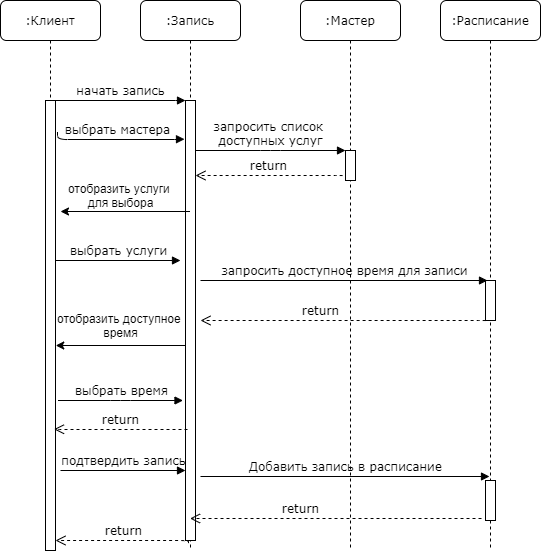
This is pictures/diagrams/sequence_diagram_1.png from dariaGap/software-architecture-design, a draw.io export, as it was before one commit. Source tidied: cells renumbered, new cells last; positions are measured from the earlier drawing's top-left corner, leaving out a move shared by most shapes. Source of this version:
```xml
<mxGraphModel background="#ffffff">
  <root>
    <mxCell id="0" />
    <mxCell id="1" parent="0" />
    <mxCell id="2" value=":Запись" style="shape=umlLifeline;perimeter=lifelinePerimeter;whiteSpace=wrap;html=1;outlineConnect=0;rounded=1;shadow=0;comic=0;labelBackgroundColor=none;strokeWidth=1;fontFamily=Verdana;fontSize=12;align=center;" parent="1" vertex="1">
      <mxGeometry x="140" width="100" height="550" as="geometry" />
    </mxCell>
    <mxCell id="3" style="html=1;points=[];perimeter=orthogonalPerimeter;rounded=0;shadow=0;comic=0;labelBackgroundColor=none;strokeWidth=1;fontFamily=Verdana;fontSize=12;align=center;" parent="2" vertex="1">
      <mxGeometry x="45" y="100" width="10" height="440" as="geometry" />
    </mxCell>
    <mxCell id="4" value=":Мастер" style="shape=umlLifeline;perimeter=lifelinePerimeter;whiteSpace=wrap;html=1;rounded=1;shadow=0;comic=0;labelBackgroundColor=none;strokeWidth=1;fontFamily=Verdana;fontSize=12;align=center;" parent="1" vertex="1">
      <mxGeometry x="300" width="100" height="550" as="geometry" />
    </mxCell>
    <mxCell id="5" style="html=1;points=[];perimeter=orthogonalPerimeter;rounded=0;shadow=0;comic=0;labelBackgroundColor=none;strokeWidth=1;fontFamily=Verdana;fontSize=12;align=center;" parent="4" vertex="1">
      <mxGeometry x="45" y="150" width="10" height="30" as="geometry" />
    </mxCell>
    <mxCell id="6" value=":Расписание" style="shape=umlLifeline;perimeter=lifelinePerimeter;whiteSpace=wrap;html=1;rounded=1;shadow=0;comic=0;labelBackgroundColor=none;strokeWidth=1;fontFamily=Verdana;fontSize=12;align=center;" parent="1" vertex="1">
      <mxGeometry x="440" width="100" height="550" as="geometry" />
    </mxCell>
    <mxCell id="7" value=":Клиент" style="shape=umlLifeline;perimeter=lifelinePerimeter;whiteSpace=wrap;html=1;outlineConnect=0;rounded=1;shadow=0;comic=0;labelBackgroundColor=none;strokeWidth=1;fontFamily=Verdana;fontSize=12;align=center;" parent="1" vertex="1">
      <mxGeometry width="100" height="550" as="geometry" />
    </mxCell>
    <mxCell id="8" style="html=1;points=[];perimeter=orthogonalPerimeter;rounded=0;shadow=0;comic=0;labelBackgroundColor=none;strokeWidth=1;fontFamily=Verdana;fontSize=12;align=center;" parent="7" vertex="1">
      <mxGeometry x="45" y="100" width="10" height="450" as="geometry" />
    </mxCell>
    <mxCell id="9" style="html=1;points=[];perimeter=orthogonalPerimeter;rounded=0;shadow=0;comic=0;labelBackgroundColor=none;strokeWidth=1;fontFamily=Verdana;fontSize=12;align=center;" parent="1" vertex="1">
      <mxGeometry x="485" y="280" width="10" height="40" as="geometry" />
    </mxCell>
    <mxCell id="10" style="html=1;points=[];perimeter=orthogonalPerimeter;rounded=0;shadow=0;comic=0;labelBackgroundColor=none;strokeWidth=1;fontFamily=Verdana;fontSize=12;align=center;" parent="1" vertex="1">
      <mxGeometry x="485" y="480" width="10" height="40" as="geometry" />
    </mxCell>
    <mxCell id="11" value="return" style="html=1;verticalAlign=bottom;endArrow=open;dashed=1;endSize=8;labelBackgroundColor=none;fontFamily=Verdana;fontSize=12;edgeStyle=elbowEdgeStyle;elbow=vertical;exitX=0.3;exitY=1.006;exitDx=0;exitDy=0;exitPerimeter=0;" parent="1" edge="1" source="3" target="8">
      <mxGeometry relative="1" as="geometry">
        <Array as="points">
          <mxPoint x="170" y="540" />
        </Array>
      </mxGeometry>
    </mxCell>
    <mxCell id="12" value="начать запись" style="html=1;verticalAlign=bottom;endArrow=block;entryX=0;entryY=0;labelBackgroundColor=none;fontFamily=Verdana;fontSize=12;edgeStyle=elbowEdgeStyle;elbow=vertical;" parent="1" edge="1" source="8" target="3">
      <mxGeometry relative="1" as="geometry" />
    </mxCell>
    <mxCell id="13" value="запросить список &lt;br&gt;доступных услуг" style="html=1;verticalAlign=bottom;endArrow=block;entryX=0;entryY=0;labelBackgroundColor=none;fontFamily=Verdana;fontSize=12;edgeStyle=elbowEdgeStyle;elbow=vertical;" parent="1" edge="1" source="3" target="5">
      <mxGeometry relative="1" as="geometry" />
    </mxCell>
    <mxCell id="14" value="выбрать мастера" style="html=1;verticalAlign=bottom;endArrow=block;labelBackgroundColor=none;fontFamily=Verdana;fontSize=12;edgeStyle=elbowEdgeStyle;elbow=vertical;exitX=1.2;exitY=0.07;exitDx=0;exitDy=0;exitPerimeter=0;entryX=-0.1;entryY=0.088;entryDx=0;entryDy=0;entryPerimeter=0;" parent="1" edge="1" source="8" target="3">
      <mxGeometry relative="1" as="geometry">
        <Array as="points">
          <mxPoint x="110" y="139" />
        </Array>
      </mxGeometry>
    </mxCell>
    <mxCell id="15" value="return" style="html=1;verticalAlign=bottom;endArrow=open;dashed=1;endSize=8;labelBackgroundColor=none;fontFamily=Verdana;fontSize=12;edgeStyle=elbowEdgeStyle;elbow=vertical;exitX=-0.3;exitY=0.84;exitDx=0;exitDy=0;exitPerimeter=0;" parent="1" edge="1" source="5" target="3">
      <mxGeometry relative="1" as="geometry">
        <Array as="points">
          <mxPoint x="250" y="175" />
          <mxPoint x="45" y="200" />
        </Array>
      </mxGeometry>
    </mxCell>
    <mxCell id="16" style="endArrow=classic;html=1;" parent="1" edge="1" source="2">
      <mxGeometry relative="1" as="geometry">
        <mxPoint x="60" y="211" as="targetPoint" />
      </mxGeometry>
    </mxCell>
    <mxCell id="17" value="отобразить услуги &lt;br&gt;для выбора" style="text;html=1;align=center;verticalAlign=middle;" parent="1" vertex="1">
      <mxGeometry x="60" y="180" width="120" height="30" as="geometry" />
    </mxCell>
    <mxCell id="18" value="выбрать услуги" style="html=1;verticalAlign=bottom;endArrow=block;labelBackgroundColor=none;fontFamily=Verdana;fontSize=12;edgeStyle=elbowEdgeStyle;elbow=vertical;" parent="1" edge="1" source="8">
      <mxGeometry relative="1" as="geometry">
        <mxPoint x="180" y="260" as="targetPoint" />
      </mxGeometry>
    </mxCell>
    <mxCell id="19" value="запросить доступное время для записи" style="html=1;verticalAlign=bottom;endArrow=block;labelBackgroundColor=none;fontFamily=Verdana;fontSize=12;edgeStyle=elbowEdgeStyle;elbow=vertical;entryX=0.2;entryY=0;entryDx=0;entryDy=0;entryPerimeter=0;" parent="1" edge="1" target="9">
      <mxGeometry relative="1" as="geometry">
        <mxPoint x="200" y="280" as="sourcePoint" />
      </mxGeometry>
    </mxCell>
    <mxCell id="20" value="return" style="html=1;verticalAlign=bottom;endArrow=open;dashed=1;endSize=8;labelBackgroundColor=none;fontFamily=Verdana;fontSize=12;edgeStyle=elbowEdgeStyle;elbow=vertical;exitX=-0.3;exitY=0.84;exitDx=0;exitDy=0;exitPerimeter=0;" parent="1" edge="1">
      <mxGeometry x="0.16" relative="1" as="geometry">
        <mxPoint x="485" y="320.2" as="sourcePoint" />
        <mxPoint x="200" y="320" as="targetPoint" />
        <Array as="points">
          <mxPoint x="393" y="320" />
          <mxPoint x="188" y="345" />
        </Array>
      </mxGeometry>
    </mxCell>
    <mxCell id="21" value="отобразить доступное &lt;br&gt;время" style="text;html=1;align=center;verticalAlign=middle;" parent="1" vertex="1">
      <mxGeometry x="50" y="310" width="140" height="30" as="geometry" />
    </mxCell>
    <mxCell id="22" style="endArrow=classic;html=1;" parent="1" edge="1">
      <mxGeometry relative="1" as="geometry">
        <mxPoint x="184.8" y="345" as="sourcePoint" />
        <mxPoint x="55.2" y="345" as="targetPoint" />
      </mxGeometry>
    </mxCell>
    <mxCell id="23" value="выбрать время" style="html=1;verticalAlign=bottom;endArrow=block;labelBackgroundColor=none;fontFamily=Verdana;fontSize=12;edgeStyle=elbowEdgeStyle;elbow=vertical;" parent="1" edge="1">
      <mxGeometry relative="1" as="geometry">
        <mxPoint x="57.5" y="400" as="sourcePoint" />
        <mxPoint x="182.5" y="400" as="targetPoint" />
      </mxGeometry>
    </mxCell>
    <mxCell id="24" value="return" style="html=1;verticalAlign=bottom;endArrow=open;dashed=1;endSize=8;labelBackgroundColor=none;fontFamily=Verdana;fontSize=12;edgeStyle=elbowEdgeStyle;elbow=vertical;" parent="1" edge="1">
      <mxGeometry relative="1" as="geometry">
        <mxPoint x="187" y="429" as="sourcePoint" />
        <mxPoint x="53.5" y="428.7" as="targetPoint" />
      </mxGeometry>
    </mxCell>
    <mxCell id="25" value="подтвердить запись" style="html=1;verticalAlign=bottom;endArrow=block;labelBackgroundColor=none;fontFamily=Verdana;fontSize=12;edgeStyle=elbowEdgeStyle;elbow=vertical;" parent="1" edge="1">
      <mxGeometry relative="1" as="geometry">
        <mxPoint x="60" y="470" as="sourcePoint" />
        <mxPoint x="185" y="470" as="targetPoint" />
      </mxGeometry>
    </mxCell>
    <mxCell id="26" value="Добавить запись в расписание" style="html=1;verticalAlign=bottom;endArrow=block;labelBackgroundColor=none;fontFamily=Verdana;fontSize=12;edgeStyle=elbowEdgeStyle;elbow=vertical;entryX=0.4;entryY=-0.1;entryDx=0;entryDy=0;entryPerimeter=0;" parent="1" edge="1" target="10">
      <mxGeometry relative="1" as="geometry">
        <mxPoint x="200" y="476" as="sourcePoint" />
      </mxGeometry>
    </mxCell>
    <mxCell id="27" value="return" style="html=1;verticalAlign=bottom;endArrow=open;dashed=1;endSize=8;labelBackgroundColor=none;fontFamily=Verdana;fontSize=12;edgeStyle=elbowEdgeStyle;elbow=vertical;exitX=-0.4;exitY=0.95;exitDx=0;exitDy=0;exitPerimeter=0;" parent="1" edge="1" source="10" target="2">
      <mxGeometry x="0.24" relative="1" as="geometry" />
    </mxCell>
  </root>
</mxGraphModel>
```
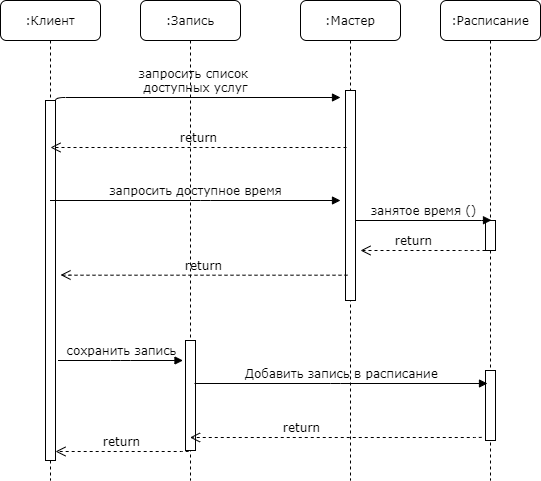
Above is the later version.

Diff of the diagram source:
```diff
@@ -3,122 +3,106 @@
     <mxCell id="0" />
     <mxCell id="1" parent="0" />
     <mxCell id="2" value=":Запись" style="shape=umlLifeline;perimeter=lifelinePerimeter;whiteSpace=wrap;html=1;outlineConnect=0;rounded=1;shadow=0;comic=0;labelBackgroundColor=none;strokeWidth=1;fontFamily=Verdana;fontSize=12;align=center;" parent="1" vertex="1">
-      <mxGeometry x="140" width="100" height="550" as="geometry" />
+      <mxGeometry x="140" width="100" height="480" as="geometry" />
     </mxCell>
     <mxCell id="3" style="html=1;points=[];perimeter=orthogonalPerimeter;rounded=0;shadow=0;comic=0;labelBackgroundColor=none;strokeWidth=1;fontFamily=Verdana;fontSize=12;align=center;" parent="2" vertex="1">
-      <mxGeometry x="45" y="100" width="10" height="440" as="geometry" />
+      <mxGeometry x="45" y="340" width="10" height="110" as="geometry" />
     </mxCell>
     <mxCell id="4" value=":Мастер" style="shape=umlLifeline;perimeter=lifelinePerimeter;whiteSpace=wrap;html=1;rounded=1;shadow=0;comic=0;labelBackgroundColor=none;strokeWidth=1;fontFamily=Verdana;fontSize=12;align=center;" parent="1" vertex="1">
-      <mxGeometry x="300" width="100" height="550" as="geometry" />
+      <mxGeometry x="300" width="100" height="480" as="geometry" />
     </mxCell>
     <mxCell id="5" style="html=1;points=[];perimeter=orthogonalPerimeter;rounded=0;shadow=0;comic=0;labelBackgroundColor=none;strokeWidth=1;fontFamily=Verdana;fontSize=12;align=center;" parent="4" vertex="1">
-      <mxGeometry x="45" y="150" width="10" height="30" as="geometry" />
+      <mxGeometry x="45" y="90" width="10" height="210" as="geometry" />
     </mxCell>
     <mxCell id="6" value=":Расписание" style="shape=umlLifeline;perimeter=lifelinePerimeter;whiteSpace=wrap;html=1;rounded=1;shadow=0;comic=0;labelBackgroundColor=none;strokeWidth=1;fontFamily=Verdana;fontSize=12;align=center;" parent="1" vertex="1">
-      <mxGeometry x="440" width="100" height="550" as="geometry" />
+      <mxGeometry x="440" width="100" height="480" as="geometry" />
     </mxCell>
     <mxCell id="7" value=":Клиент" style="shape=umlLifeline;perimeter=lifelinePerimeter;whiteSpace=wrap;html=1;outlineConnect=0;rounded=1;shadow=0;comic=0;labelBackgroundColor=none;strokeWidth=1;fontFamily=Verdana;fontSize=12;align=center;" parent="1" vertex="1">
-      <mxGeometry width="100" height="550" as="geometry" />
+      <mxGeometry width="100" height="480" as="geometry" />
     </mxCell>
     <mxCell id="8" style="html=1;points=[];perimeter=orthogonalPerimeter;rounded=0;shadow=0;comic=0;labelBackgroundColor=none;strokeWidth=1;fontFamily=Verdana;fontSize=12;align=center;" parent="7" vertex="1">
-      <mxGeometry x="45" y="100" width="10" height="450" as="geometry" />
+      <mxGeometry x="45" y="100" width="10" height="360" as="geometry" />
     </mxCell>
     <mxCell id="9" style="html=1;points=[];perimeter=orthogonalPerimeter;rounded=0;shadow=0;comic=0;labelBackgroundColor=none;strokeWidth=1;fontFamily=Verdana;fontSize=12;align=center;" parent="1" vertex="1">
-      <mxGeometry x="485" y="280" width="10" height="40" as="geometry" />
+      <mxGeometry x="485" y="220" width="10" height="30" as="geometry" />
     </mxCell>
     <mxCell id="10" style="html=1;points=[];perimeter=orthogonalPerimeter;rounded=0;shadow=0;comic=0;labelBackgroundColor=none;strokeWidth=1;fontFamily=Verdana;fontSize=12;align=center;" parent="1" vertex="1">
-      <mxGeometry x="485" y="480" width="10" height="40" as="geometry" />
+      <mxGeometry x="485" y="370" width="10" height="70" as="geometry" />
     </mxCell>
     <mxCell id="11" value="return" style="html=1;verticalAlign=bottom;endArrow=open;dashed=1;endSize=8;labelBackgroundColor=none;fontFamily=Verdana;fontSize=12;edgeStyle=elbowEdgeStyle;elbow=vertical;exitX=0.3;exitY=1.006;exitDx=0;exitDy=0;exitPerimeter=0;" parent="1" edge="1" source="3" target="8">
       <mxGeometry relative="1" as="geometry">
         <Array as="points">
-          <mxPoint x="170" y="540" />
+          <mxPoint x="140" y="451" />
         </Array>
       </mxGeometry>
     </mxCell>
-    <mxCell id="12" value="начать запись" style="html=1;verticalAlign=bottom;endArrow=block;entryX=0;entryY=0;labelBackgroundColor=none;fontFamily=Verdana;fontSize=12;edgeStyle=elbowEdgeStyle;elbow=vertical;" parent="1" edge="1" source="8" target="3">
-      <mxGeometry relative="1" as="geometry" />
-    </mxCell>
-    <mxCell id="13" value="запросить список &lt;br&gt;доступных услуг" style="html=1;verticalAlign=bottom;endArrow=block;entryX=0;entryY=0;labelBackgroundColor=none;fontFamily=Verdana;fontSize=12;edgeStyle=elbowEdgeStyle;elbow=vertical;" parent="1" edge="1" source="3" target="5">
-      <mxGeometry relative="1" as="geometry" />
+    <mxCell id="13" value="запросить список &lt;br&gt;доступных услуг" style="html=1;verticalAlign=bottom;endArrow=block;labelBackgroundColor=none;fontFamily=Verdana;fontSize=12;edgeStyle=elbowEdgeStyle;elbow=vertical;exitX=1;exitY=0.009;exitDx=0;exitDy=0;exitPerimeter=0;" parent="1" edge="1" source="8">
+      <mxGeometry relative="1" as="geometry">
+        <mxPoint x="340" y="97" as="targetPoint" />
+        <Array as="points">
+          <mxPoint x="180" y="97" />
+        </Array>
+      </mxGeometry>
     </mxCell>
-    <mxCell id="14" value="выбрать мастера" style="html=1;verticalAlign=bottom;endArrow=block;labelBackgroundColor=none;fontFamily=Verdana;fontSize=12;edgeStyle=elbowEdgeStyle;elbow=vertical;exitX=1.2;exitY=0.07;exitDx=0;exitDy=0;exitPerimeter=0;entryX=-0.1;entryY=0.088;entryDx=0;entryDy=0;entryPerimeter=0;" parent="1" edge="1" source="8" target="3">
-      <mxGeometry relative="1" as="geometry">
-        <Array as="points">
-          <mxPoint x="110" y="139" />
-        </Array>
-      </mxGeometry>
-    </mxCell>
-    <mxCell id="15" value="return" style="html=1;verticalAlign=bottom;endArrow=open;dashed=1;endSize=8;labelBackgroundColor=none;fontFamily=Verdana;fontSize=12;edgeStyle=elbowEdgeStyle;elbow=vertical;exitX=-0.3;exitY=0.84;exitDx=0;exitDy=0;exitPerimeter=0;" parent="1" edge="1" source="5" target="3">
+    <mxCell id="15" value="return" style="html=1;verticalAlign=bottom;endArrow=open;dashed=1;endSize=8;labelBackgroundColor=none;fontFamily=Verdana;fontSize=12;edgeStyle=elbowEdgeStyle;elbow=vertical;" parent="1" edge="1">
       <mxGeometry relative="1" as="geometry">
+        <mxPoint x="346" y="147" as="sourcePoint" />
+        <mxPoint x="50" y="147" as="targetPoint" />
         <Array as="points">
-          <mxPoint x="250" y="175" />
+          <mxPoint x="110" y="147" />
           <mxPoint x="45" y="200" />
         </Array>
       </mxGeometry>
     </mxCell>
-    <mxCell id="16" style="endArrow=classic;html=1;" parent="1" edge="1" source="2">
-      <mxGeometry relative="1" as="geometry">
-        <mxPoint x="60" y="211" as="targetPoint" />
-      </mxGeometry>
-    </mxCell>
-    <mxCell id="17" value="отобразить услуги &lt;br&gt;для выбора" style="text;html=1;align=center;verticalAlign=middle;" parent="1" vertex="1">
-      <mxGeometry x="60" y="180" width="120" height="30" as="geometry" />
-    </mxCell>
-    <mxCell id="18" value="выбрать услуги" style="html=1;verticalAlign=bottom;endArrow=block;labelBackgroundColor=none;fontFamily=Verdana;fontSize=12;edgeStyle=elbowEdgeStyle;elbow=vertical;" parent="1" edge="1" source="8">
-      <mxGeometry relative="1" as="geometry">
-        <mxPoint x="180" y="260" as="targetPoint" />
-      </mxGeometry>
-    </mxCell>
-    <mxCell id="19" value="запросить доступное время для записи" style="html=1;verticalAlign=bottom;endArrow=block;labelBackgroundColor=none;fontFamily=Verdana;fontSize=12;edgeStyle=elbowEdgeStyle;elbow=vertical;entryX=0.2;entryY=0;entryDx=0;entryDy=0;entryPerimeter=0;" parent="1" edge="1" target="9">
-      <mxGeometry relative="1" as="geometry">
-        <mxPoint x="200" y="280" as="sourcePoint" />
-      </mxGeometry>
+    <mxCell id="19" value="занятое время ()" style="html=1;verticalAlign=bottom;endArrow=block;labelBackgroundColor=none;fontFamily=Verdana;fontSize=12;edgeStyle=elbowEdgeStyle;elbow=vertical;entryX=0.6;entryY=-0.009;entryDx=0;entryDy=0;entryPerimeter=0;" parent="1" edge="1" source="5" target="9">
+      <mxGeometry relative="1" as="geometry" />
     </mxCell>
-    <mxCell id="20" value="return" style="html=1;verticalAlign=bottom;endArrow=open;dashed=1;endSize=8;labelBackgroundColor=none;fontFamily=Verdana;fontSize=12;edgeStyle=elbowEdgeStyle;elbow=vertical;exitX=-0.3;exitY=0.84;exitDx=0;exitDy=0;exitPerimeter=0;" parent="1" edge="1">
+    <mxCell id="20" value="return" style="html=1;verticalAlign=bottom;endArrow=open;dashed=1;endSize=8;labelBackgroundColor=none;fontFamily=Verdana;fontSize=12;edgeStyle=elbowEdgeStyle;elbow=vertical;" parent="1" edge="1">
       <mxGeometry x="0.16" relative="1" as="geometry">
-        <mxPoint x="485" y="320.2" as="sourcePoint" />
-        <mxPoint x="200" y="320" as="targetPoint" />
+        <mxPoint x="485" y="250" as="sourcePoint" />
+        <mxPoint x="360" y="250" as="targetPoint" />
         <Array as="points">
-          <mxPoint x="393" y="320" />
+          <mxPoint x="470" y="250" />
           <mxPoint x="188" y="345" />
         </Array>
       </mxGeometry>
     </mxCell>
-    <mxCell id="21" value="отобразить доступное &lt;br&gt;время" style="text;html=1;align=center;verticalAlign=middle;" parent="1" vertex="1">
-      <mxGeometry x="50" y="310" width="140" height="30" as="geometry" />
-    </mxCell>
-    <mxCell id="22" style="endArrow=classic;html=1;" parent="1" edge="1">
-      <mxGeometry relative="1" as="geometry">
-        <mxPoint x="184.8" y="345" as="sourcePoint" />
-        <mxPoint x="55.2" y="345" as="targetPoint" />
-      </mxGeometry>
-    </mxCell>
-    <mxCell id="23" value="выбрать время" style="html=1;verticalAlign=bottom;endArrow=block;labelBackgroundColor=none;fontFamily=Verdana;fontSize=12;edgeStyle=elbowEdgeStyle;elbow=vertical;" parent="1" edge="1">
+    <mxCell id="23" value="сохранить запись" style="html=1;verticalAlign=bottom;endArrow=block;labelBackgroundColor=none;fontFamily=Verdana;fontSize=12;edgeStyle=elbowEdgeStyle;elbow=vertical;" parent="1" edge="1">
       <mxGeometry relative="1" as="geometry">
-        <mxPoint x="57.5" y="400" as="sourcePoint" />
-        <mxPoint x="182.5" y="400" as="targetPoint" />
+        <mxPoint x="57.5" y="360" as="sourcePoint" />
+        <mxPoint x="182.5" y="360" as="targetPoint" />
       </mxGeometry>
     </mxCell>
-    <mxCell id="24" value="return" style="html=1;verticalAlign=bottom;endArrow=open;dashed=1;endSize=8;labelBackgroundColor=none;fontFamily=Verdana;fontSize=12;edgeStyle=elbowEdgeStyle;elbow=vertical;" parent="1" edge="1">
-      <mxGeometry relative="1" as="geometry">
-        <mxPoint x="187" y="429" as="sourcePoint" />
-        <mxPoint x="53.5" y="428.7" as="targetPoint" />
-      </mxGeometry>
-    </mxCell>
-    <mxCell id="25" value="подтвердить запись" style="html=1;verticalAlign=bottom;endArrow=block;labelBackgroundColor=none;fontFamily=Verdana;fontSize=12;edgeStyle=elbowEdgeStyle;elbow=vertical;" parent="1" edge="1">
-      <mxGeometry relative="1" as="geometry">
-        <mxPoint x="60" y="470" as="sourcePoint" />
-        <mxPoint x="185" y="470" as="targetPoint" />
-      </mxGeometry>
-    </mxCell>
-    <mxCell id="26" value="Добавить запись в расписание" style="html=1;verticalAlign=bottom;endArrow=block;labelBackgroundColor=none;fontFamily=Verdana;fontSize=12;edgeStyle=elbowEdgeStyle;elbow=vertical;entryX=0.4;entryY=-0.1;entryDx=0;entryDy=0;entryPerimeter=0;" parent="1" edge="1" target="10">
+    <mxCell id="26" value="Добавить запись в расписание" style="html=1;verticalAlign=bottom;endArrow=block;labelBackgroundColor=none;fontFamily=Verdana;fontSize=12;edgeStyle=elbowEdgeStyle;elbow=vertical;" parent="1" edge="1">
       <mxGeometry relative="1" as="geometry">
-        <mxPoint x="200" y="476" as="sourcePoint" />
+        <mxPoint x="194" y="383" as="sourcePoint" />
+        <mxPoint x="487" y="383" as="targetPoint" />
+        <Array as="points">
+          <mxPoint x="340" y="383" />
+          <mxPoint x="240" y="476" />
+        </Array>
       </mxGeometry>
     </mxCell>
     <mxCell id="27" value="return" style="html=1;verticalAlign=bottom;endArrow=open;dashed=1;endSize=8;labelBackgroundColor=none;fontFamily=Verdana;fontSize=12;edgeStyle=elbowEdgeStyle;elbow=vertical;exitX=-0.4;exitY=0.95;exitDx=0;exitDy=0;exitPerimeter=0;" parent="1" edge="1" source="10" target="2">
       <mxGeometry x="0.24" relative="1" as="geometry" />
     </mxCell>
+    <mxCell id="28" value="запросить доступное время" style="html=1;verticalAlign=bottom;endArrow=block;labelBackgroundColor=none;fontFamily=Verdana;fontSize=12;edgeStyle=elbowEdgeStyle;elbow=vertical;" parent="1" edge="1" source="7">
+      <mxGeometry relative="1" as="geometry">
+        <mxPoint x="340" y="200" as="targetPoint" />
+        <Array as="points">
+          <mxPoint x="200" y="200" />
+        </Array>
+      </mxGeometry>
+    </mxCell>
+    <mxCell id="24" value="return" style="html=1;verticalAlign=bottom;endArrow=open;dashed=1;endSize=8;labelBackgroundColor=none;fontFamily=Verdana;fontSize=12;edgeStyle=elbowEdgeStyle;elbow=vertical;entryX=1.4;entryY=0.104;entryDx=0;entryDy=0;entryPerimeter=0;" parent="1" edge="1">
+      <mxGeometry relative="1" as="geometry">
+        <mxPoint x="347" y="274.7" as="sourcePoint" />
+        <mxPoint x="60" y="274.5" as="targetPoint" />
+        <Array as="points">
+          <mxPoint x="171" y="274.7" />
+          <mxPoint x="46" y="327.7" />
+        </Array>
+      </mxGeometry>
+    </mxCell>
   </root>
 </mxGraphModel>
```
